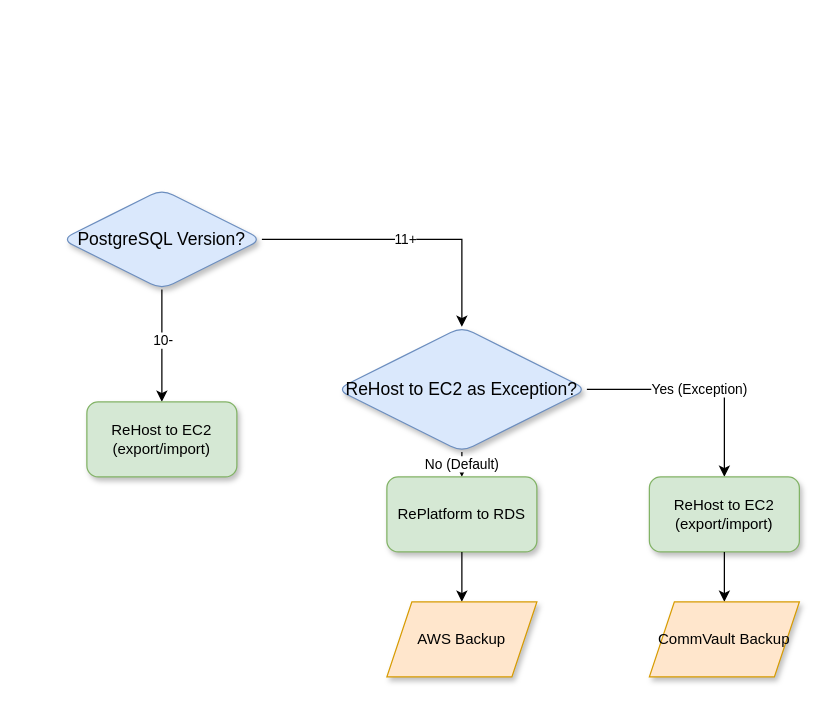
Earlier version of the draw.io diagram PGSQL-DecisionTree.drawio (anthonygea/mycv). Source tidied: cells renumbered, new cells numbered last; positions are measured from the earlier drawing's top-left corner, leaving out a move shared by most shapes. Both pictures are drawn from the tidied source at 125%, with x=0, y=0 at pixel (61, 189).
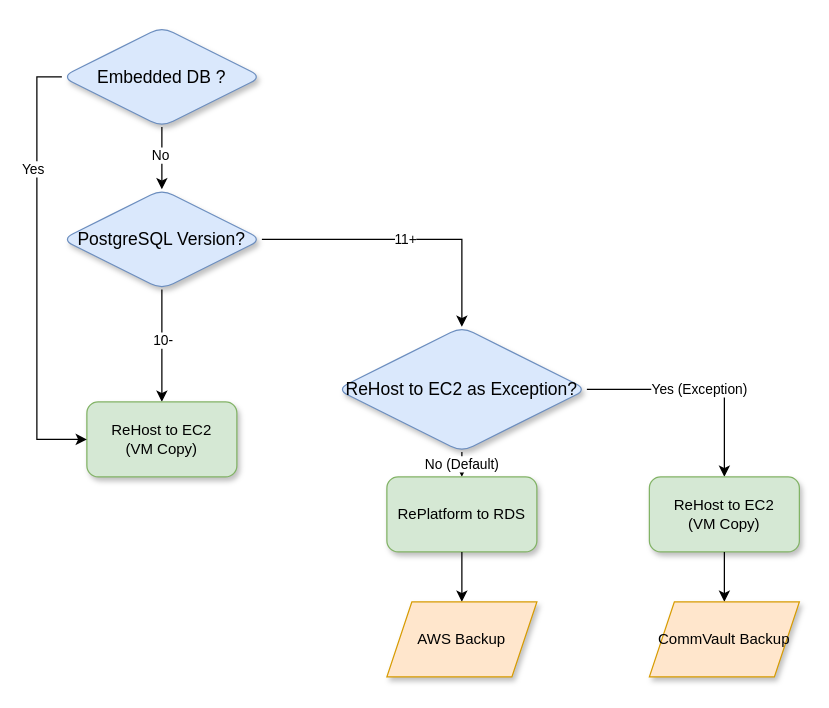
The same page after the edit.

Commit message:
Mettre à jour PGSQL-DecisionTree.drawio

The change refers to these unchanged cells:
```xml
<mxCell id="4" value="PostgreSQL Version?" style="rhombus;whiteSpace=wrap;html=1;rounded=1;shadow=1;fontFamily=Helvetica;fontSize=14;fillColor=#dae8fc;strokeColor=#6c8ebf;" parent="1" vertex="1">
  <mxGeometry width="160" height="80" as="geometry" />
</mxCell>
```

Change to the diagram source:
```diff
@@
-    <mxCell id="8" value="ReHost to EC2&lt;div&gt;(export/import)&lt;br&gt;&lt;/div&gt;" style="rounded=1;whiteSpace=wrap;html=1;shadow=1;fontFamily=Helvetica;fontSize=12;fillColor=#d5e8d4;strokeColor=#82b366;" parent="1" vertex="1">
+    <mxCell id="8" value="ReHost to EC2&lt;div&gt;(VM Copy)&lt;br&gt;&lt;/div&gt;" style="rounded=1;whiteSpace=wrap;html=1;shadow=1;fontFamily=Helvetica;fontSize=12;fillColor=#d5e8d4;strokeColor=#82b366;" parent="1" vertex="1">
       <mxGeometry x="470" y="230" width="120" height="60" as="geometry" />
     </mxCell>
@@
-    <mxCell id="15" value="ReHost to EC2&lt;div&gt;(export/import)&lt;br&gt;&lt;/div&gt;" style="rounded=1;whiteSpace=wrap;html=1;shadow=1;fontFamily=Helvetica;fontSize=12;fillColor=#d5e8d4;strokeColor=#82b366;" parent="1" vertex="1">
+    <mxCell id="15" value="ReHost to EC2&lt;div&gt;(VM Copy)&lt;br&gt;&lt;/div&gt;" style="rounded=1;whiteSpace=wrap;html=1;shadow=1;fontFamily=Helvetica;fontSize=12;fillColor=#d5e8d4;strokeColor=#82b366;" parent="1" vertex="1">
       <mxGeometry x="20" y="170" width="120" height="60" as="geometry" />
     </mxCell>
+    <mxCell id="16" style="edgeStyle=orthogonalEdgeStyle;rounded=0;jettySize=auto;html=1;" parent="1" edge="1" source="20" target="4">
+      <mxGeometry relative="1" as="geometry" />
+    </mxCell>
+    <mxCell id="17" value="No" style="edgeLabel;html=1;align=center;verticalAlign=middle;" parent="16" vertex="1">
+      <mxGeometry x="-0.12" y="-2" relative="1" as="geometry" />
+    </mxCell>
+    <mxCell id="18" style="edgeStyle=orthogonalEdgeStyle;rounded=0;jettySize=auto;html=1;exitX=0;exitY=0.5;exitDx=0;exitDy=0;entryX=0;entryY=0.5;entryDx=0;entryDy=0;" parent="1" edge="1" source="20" target="15">
+      <mxGeometry relative="1" as="geometry" />
+    </mxCell>
+    <mxCell id="19" value="Yes" style="edgeLabel;html=1;align=center;verticalAlign=middle;" parent="18" vertex="1">
+      <mxGeometry x="-0.47" y="-4" relative="1" as="geometry" />
+    </mxCell>
+    <mxCell id="20" value="Embedded DB ?" style="rhombus;whiteSpace=wrap;html=1;fontSize=14;fillColor=#dae8fc;strokeColor=#6c8ebf;rounded=1;shadow=1;" parent="1" vertex="1">
+      <mxGeometry y="-130" width="160" height="80" as="geometry" />
+    </mxCell>
```
